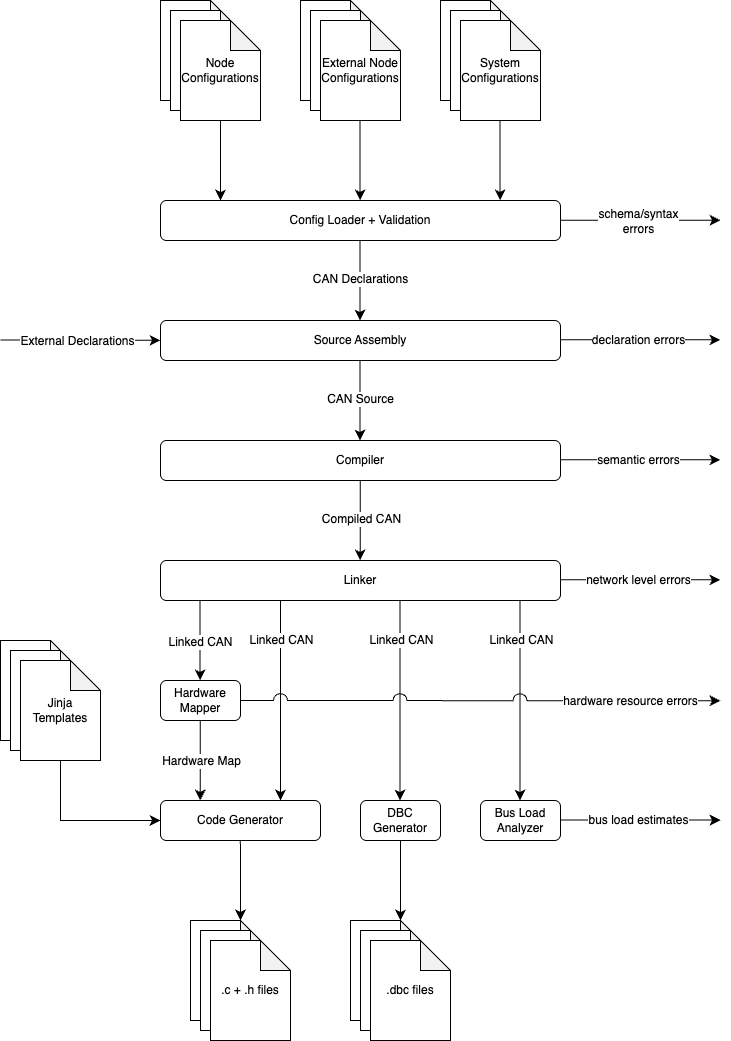
PurdueElectricRacing/monorepo keeps this draw.io diagram as generators/canpiler.drawio.png. Above is the earlier version. Source tidied: cells renumbered, new cells last; positions are measured from the earlier drawing's top-left corner, leaving out a move shared by most shapes.
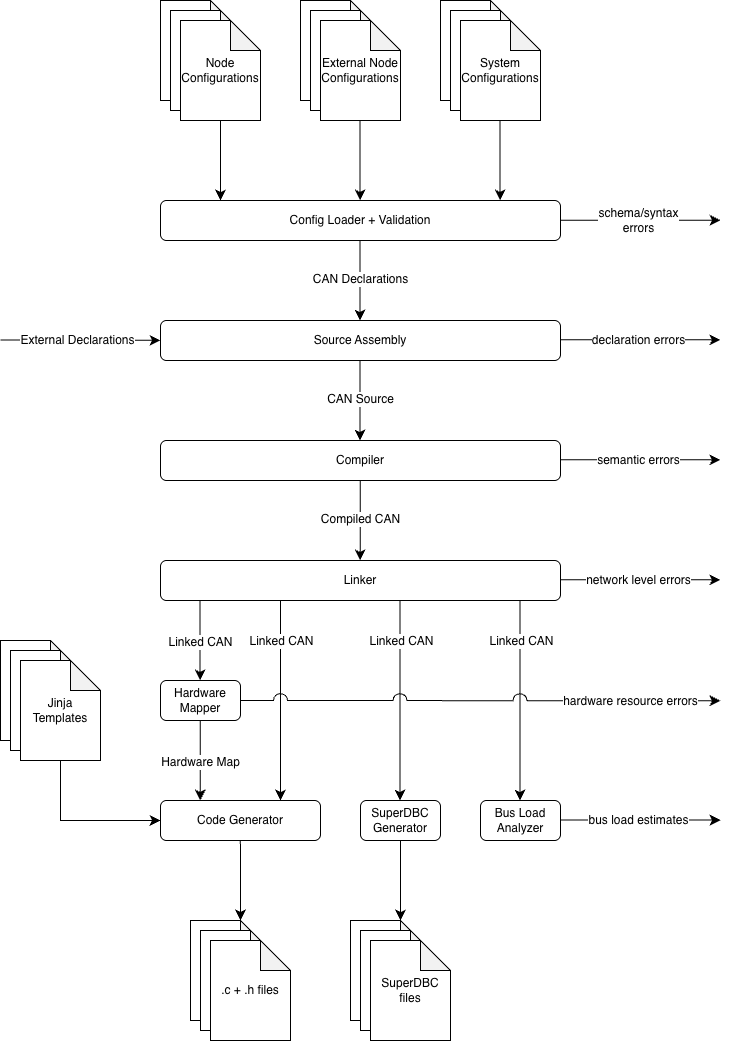
After the commit.

Diff of the diagram source:
```diff
@@ -126,7 +126,7 @@
     <mxCell id="34" value="Jinja Templates" style="shape=note;whiteSpace=wrap;html=1;backgroundOutline=1;darkOpacity=0.05;" parent="1" vertex="1">
       <mxGeometry x="20" y="660" width="80" height="100" as="geometry" />
     </mxCell>
-    <mxCell id="35" value="DBC Generator" style="rounded=1;whiteSpace=wrap;html=1;" parent="1" vertex="1">
+    <mxCell id="35" value="SuperDBC Generator" style="rounded=1;whiteSpace=wrap;html=1;" parent="1" vertex="1">
       <mxGeometry x="360" y="800" width="80" height="40" as="geometry" />
     </mxCell>
     <mxCell id="36" style="edgeStyle=none;curved=1;rounded=0;jettySize=auto;html=1;fontSize=12;startSize=8;endSize=8;entryX=0;entryY=0;entryDx=50;entryDy=0;entryPerimeter=0;" parent="1" edge="1" target="37">
@@ -140,7 +140,7 @@
     <mxCell id="38" style="shape=note;whiteSpace=wrap;html=1;backgroundOutline=1;darkOpacity=0.05;" parent="1" vertex="1">
       <mxGeometry x="360" y="930" width="80" height="100" as="geometry" />
     </mxCell>
-    <mxCell id="39" value=".dbc files" style="shape=note;whiteSpace=wrap;html=1;backgroundOutline=1;darkOpacity=0.05;" parent="1" vertex="1">
+    <mxCell id="39" value="SuperDBC files" style="shape=note;whiteSpace=wrap;html=1;backgroundOutline=1;darkOpacity=0.05;" parent="1" vertex="1">
       <mxGeometry x="370" y="940" width="80" height="100" as="geometry" />
     </mxCell>
     <mxCell id="40" value="Bus Load Analyzer" style="rounded=1;whiteSpace=wrap;html=1;" parent="1" vertex="1">
```
